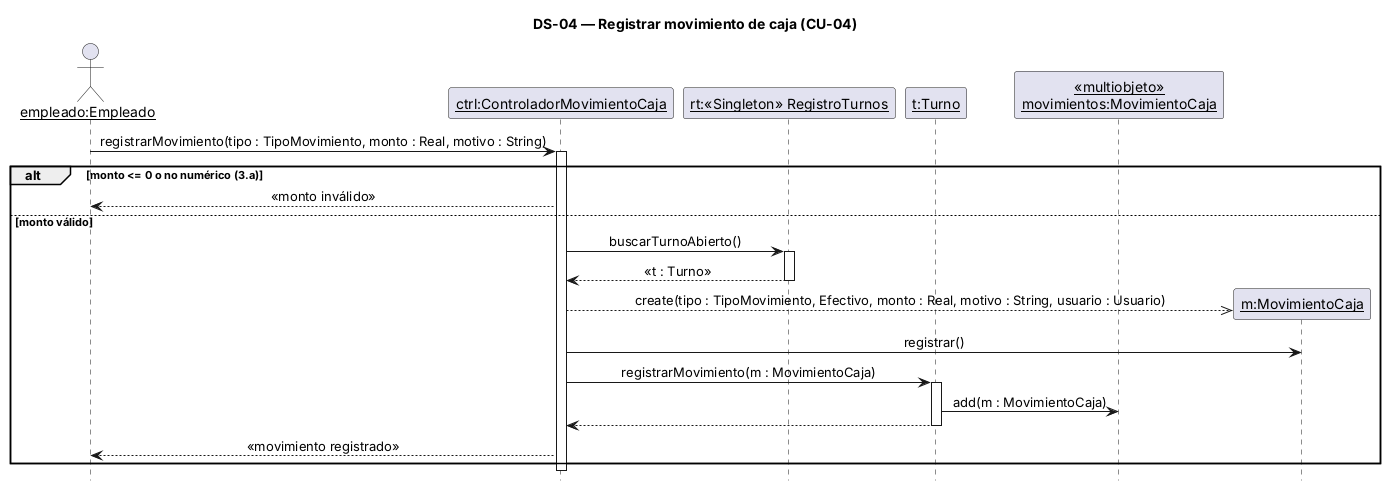
The PlantUML diagram 08-Diagrama De Secuencia/DS-04 Registrar movimiento de caja.png in alanbalzaretti123/control-de-stock1, before a commit.
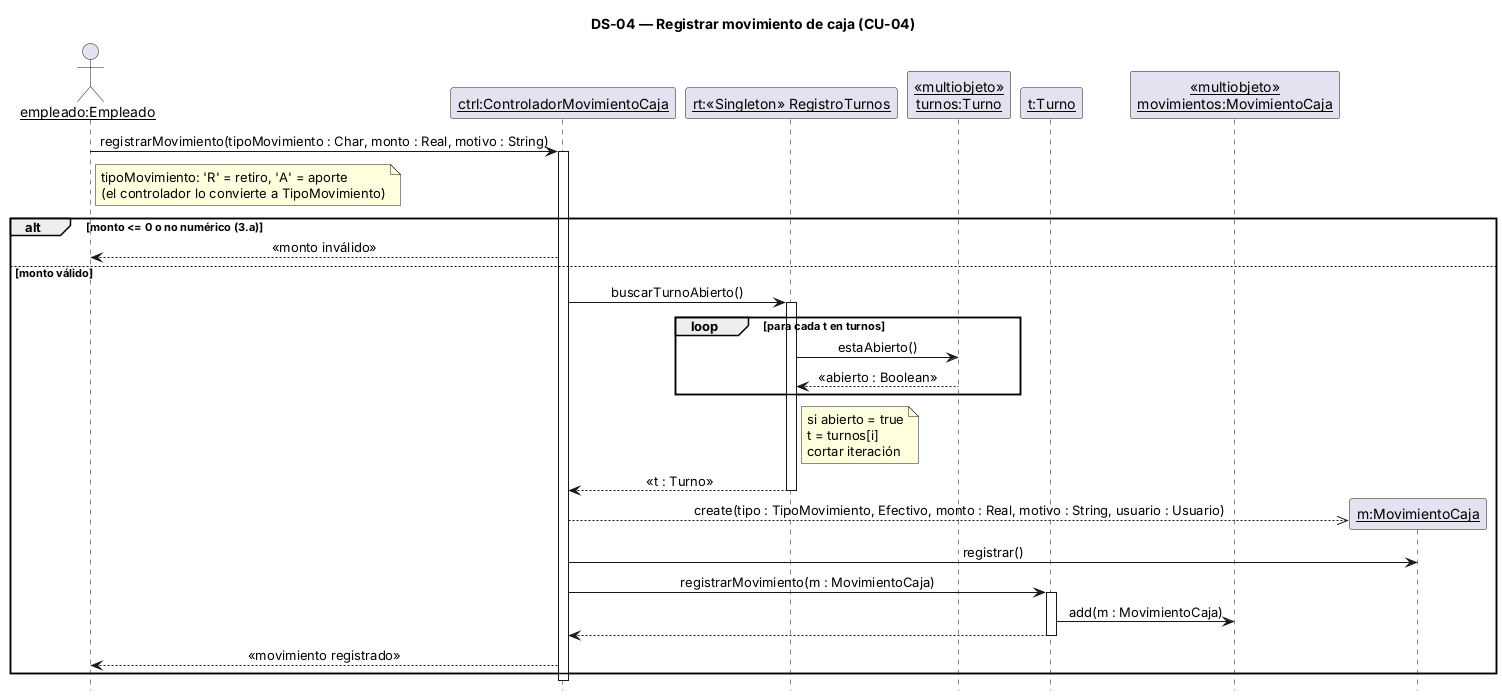
The same diagram one commit later.

The edit, as a diff of the source:
```diff
@@ -8,16 +8,23 @@
 actor "empleado:Empleado" as U
 participant "ctrl:ControladorMovimientoCaja" as C
 participant "rt:«Singleton» RegistroTurnos" as RT
+participant "«multiobjeto»\nturnos:Turno" as MTU
 participant "t:Turno" as T
 participant "«multiobjeto»\nmovimientos:MovimientoCaja" as MS
 
-U -> C : registrarMovimiento(tipo : TipoMovimiento, monto : Real, motivo : String)
+U -> C : registrarMovimiento(tipoMovimiento : Char, monto : Real, motivo : String)
+note right of U : tipoMovimiento: 'R' = retiro, 'A' = aporte\n(el controlador lo convierte a TipoMovimiento)
 activate C
 alt monto <= 0 o no numérico (3.a)
   C --> U : «monto inválido»
 else monto válido
   C -> RT : buscarTurnoAbierto()
   activate RT
+  loop para cada t en turnos
+    RT -> MTU : estaAbierto()
+    MTU --> RT : «abierto : Boolean»
+  end
+  note right of RT : si abierto = true\nt = turnos[i]\ncortar iteración
   RT --> C : «t : Turno»
   deactivate RT
   create participant "m:MovimientoCaja" as M
```
